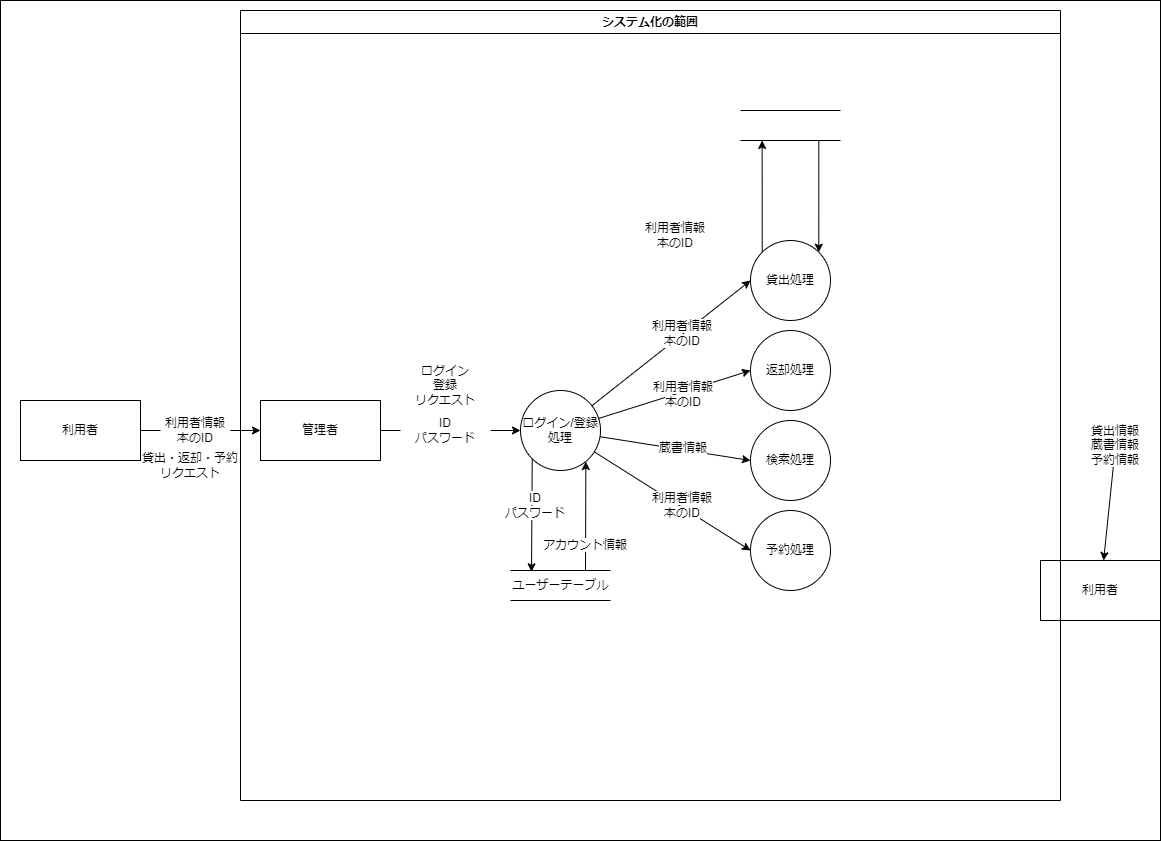
Before: documents/diagrams/DFD_レベル1.drawio.png, a diagram exported from draw.io (OMEGA-himajin/book_database). Source tidied: cells renumbered, new cells last; positions are measured from the earlier drawing's top-left corner, leaving out a move shared by most shapes.
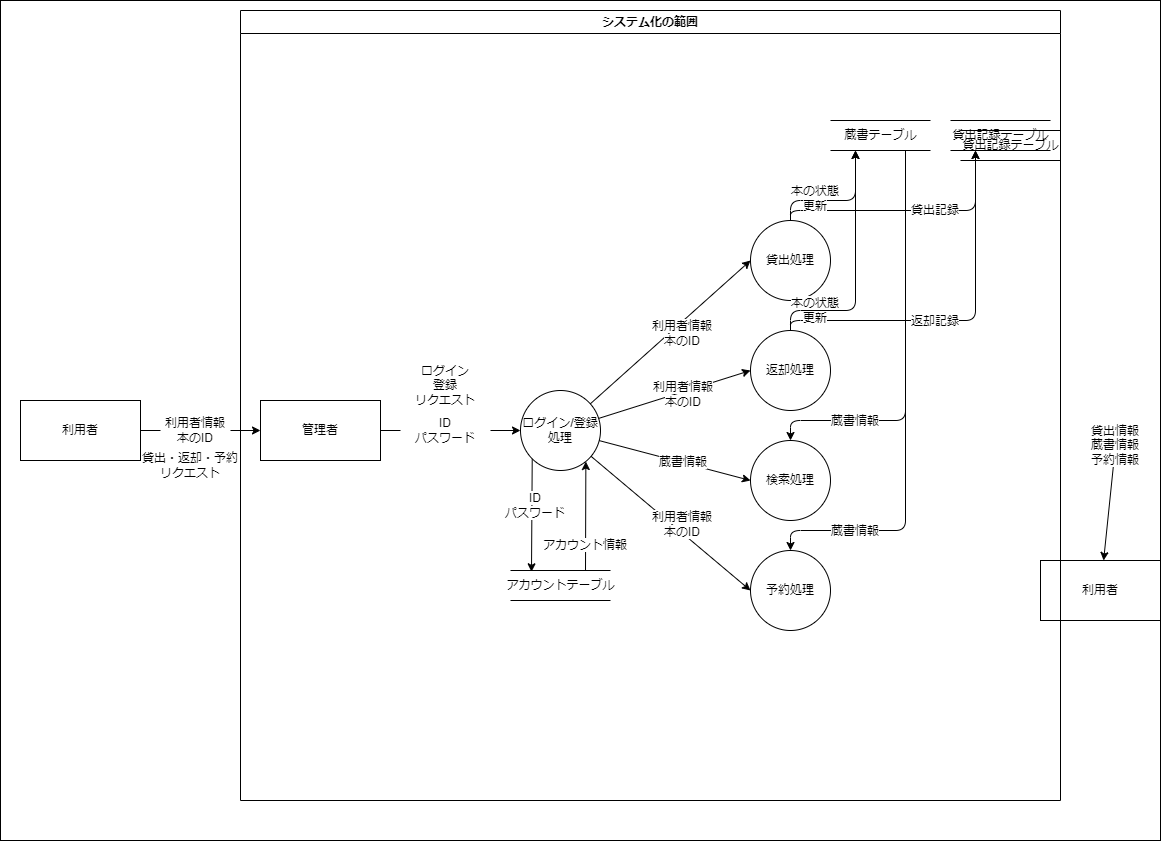
The same diagram one commit later.

Commit message:
doc: changed DFD_level1

What changed in the source:
```diff
@@ -2,6 +2,30 @@
   <root>
     <mxCell id="0" />
     <mxCell id="1" parent="0" />
+    <mxCell id="39" style="edgeStyle=none;html=1;exitX=0.5;exitY=0;exitDx=0;exitDy=0;entryX=0.25;entryY=1;entryDx=0;entryDy=0;strokeColor=#000000;fontColor=#000000;" parent="1" edge="1" source="28" target="44">
+      <mxGeometry relative="1" as="geometry">
+        <Array as="points">
+          <mxPoint x="790" y="320" />
+          <mxPoint x="975" y="320" />
+        </Array>
+      </mxGeometry>
+    </mxCell>
+    <mxCell id="40" style="edgeStyle=none;html=1;exitX=0.75;exitY=1;exitDx=0;exitDy=0;entryX=0.5;entryY=0;entryDx=0;entryDy=0;strokeColor=#000000;fontColor=#000000;" parent="1" edge="1" source="8" target="29">
+      <mxGeometry relative="1" as="geometry">
+        <Array as="points">
+          <mxPoint x="905" y="420" />
+          <mxPoint x="790" y="420" />
+        </Array>
+      </mxGeometry>
+    </mxCell>
+    <mxCell id="41" style="edgeStyle=none;html=1;exitX=0.75;exitY=1;exitDx=0;exitDy=0;entryX=0.5;entryY=0;entryDx=0;entryDy=0;strokeColor=#000000;fontColor=#000000;" parent="1" edge="1" source="8" target="30">
+      <mxGeometry relative="1" as="geometry">
+        <Array as="points">
+          <mxPoint x="905" y="530" />
+          <mxPoint x="790" y="530" />
+        </Array>
+      </mxGeometry>
+    </mxCell>
     <mxCell id="2" style="rounded=0;whiteSpace=wrap;html=1;strokeColor=#000000;fillColor=none;" parent="1" vertex="1">
       <mxGeometry width="1160" height="840" as="geometry" />
     </mxCell>
@@ -11,17 +35,43 @@
     <mxCell id="4" value="&lt;font color=&quot;#000000&quot;&gt;システム化の範囲&lt;/font&gt;" style="swimlane;whiteSpace=wrap;html=1;strokeColor=#000000;fillColor=none;" parent="1" vertex="1">
       <mxGeometry x="240" y="10" width="820" height="790" as="geometry" />
     </mxCell>
+    <mxCell id="42" style="edgeStyle=none;html=1;exitX=0.5;exitY=0;exitDx=0;exitDy=0;entryX=0.25;entryY=1;entryDx=0;entryDy=0;strokeColor=#000000;fontColor=#000000;" parent="4" edge="1" source="27" target="44">
+      <mxGeometry relative="1" as="geometry">
+        <Array as="points">
+          <mxPoint x="550" y="200" />
+          <mxPoint x="735" y="200" />
+        </Array>
+      </mxGeometry>
+    </mxCell>
+    <mxCell id="27" value="貸出処理" style="ellipse;whiteSpace=wrap;html=1;labelBackgroundColor=none;fontColor=#000000;fillColor=#FFFFFF;strokeColor=#000000;" parent="4" vertex="1">
+      <mxGeometry x="510" y="210" width="80" height="80" as="geometry" />
+    </mxCell>
+    <mxCell id="30" value="予約処理" style="ellipse;whiteSpace=wrap;html=1;labelBackgroundColor=none;fontColor=#000000;fillColor=#FFFFFF;strokeColor=#000000;" parent="4" vertex="1">
+      <mxGeometry x="510" y="540" width="80" height="80" as="geometry" />
+    </mxCell>
-    <mxCell id="5" value="&lt;font color=&quot;#000000&quot;&gt;&lt;span style=&quot;background-color: rgb(255, 255, 255);&quot;&gt;利用者情報&lt;br&gt;本のID&lt;/span&gt;&lt;br&gt;&lt;/font&gt;" style="text;html=1;strokeColor=none;fillColor=none;align=center;verticalAlign=middle;whiteSpace=wrap;rounded=0;labelBackgroundColor=none;fontColor=#FFFFFF;" parent="4" vertex="1">
-      <mxGeometry x="400" y="210" width="70" height="30" as="geometry" />
+    <mxCell id="5" value="&lt;font color=&quot;#000000&quot;&gt;&lt;span style=&quot;background-color: rgb(255, 255, 255);&quot;&gt;蔵書情報&lt;/span&gt;&lt;br&gt;&lt;/font&gt;" style="text;html=1;strokeColor=none;fillColor=none;align=center;verticalAlign=middle;whiteSpace=wrap;rounded=0;labelBackgroundColor=none;fontColor=#FFFFFF;" parent="4" vertex="1">
+      <mxGeometry x="580" y="506" width="70" height="30" as="geometry" />
     </mxCell>
+    <mxCell id="43" value="&lt;font color=&quot;#000000&quot;&gt;&lt;span style=&quot;background-color: rgb(255, 255, 255);&quot;&gt;蔵書情報&lt;/span&gt;&lt;br&gt;&lt;/font&gt;" style="text;html=1;strokeColor=none;fillColor=none;align=center;verticalAlign=middle;whiteSpace=wrap;rounded=0;labelBackgroundColor=none;fontColor=#FFFFFF;" parent="4" vertex="1">
+      <mxGeometry x="580" y="396" width="70" height="30" as="geometry" />
+    </mxCell>
+    <mxCell id="44" value="&lt;font color=&quot;#000000&quot;&gt;貸出記録テーブル&lt;/font&gt;" style="html=1;dashed=0;whitespace=wrap;shape=partialRectangle;right=0;left=0;fillColor=none;strokeColor=#000000;" parent="4" vertex="1">
+      <mxGeometry x="710" y="110" width="100" height="30" as="geometry" />
+    </mxCell>
+    <mxCell id="45" value="&lt;font color=&quot;#000000&quot;&gt;&lt;span style=&quot;background-color: rgb(255, 255, 255);&quot;&gt;貸出記録&lt;/span&gt;&lt;/font&gt;" style="text;html=1;strokeColor=none;fillColor=none;align=center;verticalAlign=middle;whiteSpace=wrap;rounded=0;labelBackgroundColor=none;fontColor=#FFFFFF;" parent="4" vertex="1">
+      <mxGeometry x="660" y="185" width="70" height="30" as="geometry" />
+    </mxCell>
+    <mxCell id="46" value="&lt;font style=&quot;background-color: rgb(255, 255, 255);&quot; color=&quot;#000000&quot;&gt;返却記録&lt;/font&gt;" style="text;html=1;strokeColor=none;fillColor=none;align=center;verticalAlign=middle;whiteSpace=wrap;rounded=0;labelBackgroundColor=none;fontColor=#FFFFFF;" parent="4" vertex="1">
+      <mxGeometry x="660" y="296" width="70" height="30" as="geometry" />
+    </mxCell>
     <mxCell id="6" value="&lt;font color=&quot;#000000&quot;&gt;利用者&lt;/font&gt;" style="rounded=0;whiteSpace=wrap;html=1;fillColor=none;strokeColor=#000000;" parent="1" vertex="1">
       <mxGeometry x="1040" y="560" width="120" height="60" as="geometry" />
     </mxCell>
     <mxCell id="7" value="&lt;font color=&quot;#000000&quot;&gt;&lt;span style=&quot;background-color: rgb(255, 255, 255);&quot;&gt;貸出情報&lt;br&gt;蔵書情報&lt;br&gt;予約情報&lt;/span&gt;&lt;br&gt;&lt;/font&gt;" style="text;html=1;strokeColor=none;fillColor=none;align=center;verticalAlign=middle;whiteSpace=wrap;rounded=0;labelBackgroundColor=none;fontColor=#FFFFFF;" parent="1" vertex="1">
       <mxGeometry x="1080" y="430" width="70" height="30" as="geometry" />
     </mxCell>
-    <mxCell id="8" style="html=1;dashed=0;whitespace=wrap;shape=partialRectangle;right=0;left=0;fillColor=none;strokeColor=#000000;" parent="1" vertex="1">
-      <mxGeometry x="740" y="110" width="100" height="30" as="geometry" />
+    <mxCell id="8" value="&lt;font color=&quot;#000000&quot;&gt;蔵書テーブル&lt;/font&gt;" style="html=1;dashed=0;whitespace=wrap;shape=partialRectangle;right=0;left=0;fillColor=none;strokeColor=#000000;" parent="1" vertex="1">
+      <mxGeometry x="830" y="120" width="100" height="30" as="geometry" />
     </mxCell>
     <mxCell id="9" style="edgeStyle=none;html=1;entryX=0;entryY=0.5;entryDx=0;entryDy=0;fontColor=#000000;strokeColor=#000000;startArrow=none;" parent="1" edge="1" source="14" target="11">
       <mxGeometry relative="1" as="geometry" />
@@ -59,7 +109,7 @@
     <mxCell id="20" style="edgeStyle=none;html=1;exitX=0.75;exitY=0;exitDx=0;exitDy=0;entryX=0.817;entryY=0.888;entryDx=0;entryDy=0;entryPerimeter=0;strokeColor=#000000;fontColor=#000000;" parent="1" edge="1" source="21" target="18">
       <mxGeometry relative="1" as="geometry" />
     </mxCell>
-    <mxCell id="21" value="&lt;font color=&quot;#000000&quot;&gt;ユーザーテーブル&lt;/font&gt;" style="html=1;dashed=0;whitespace=wrap;shape=partialRectangle;right=0;left=0;fillColor=none;strokeColor=#000000;" parent="1" vertex="1">
+    <mxCell id="21" value="&lt;font color=&quot;#000000&quot;&gt;アカウントテーブル&lt;/font&gt;" style="html=1;dashed=0;whitespace=wrap;shape=partialRectangle;right=0;left=0;fillColor=none;strokeColor=#000000;" parent="1" vertex="1">
       <mxGeometry x="510" y="570" width="100" height="30" as="geometry" />
     </mxCell>
     <mxCell id="22" value="&lt;font color=&quot;#000000&quot;&gt;貸出・返却・予約&lt;br&gt;リクエスト&lt;br&gt;&lt;/font&gt;" style="text;html=1;strokeColor=none;fillColor=none;align=center;verticalAlign=middle;whiteSpace=wrap;rounded=0;labelBackgroundColor=none;fontColor=#FFFFFF;" parent="1" vertex="1">
@@ -71,26 +121,20 @@
     <mxCell id="24" value="&lt;span style=&quot;background-color: rgb(255, 255, 255);&quot;&gt;アカウント情報&lt;/span&gt;" style="text;html=1;strokeColor=none;fillColor=none;align=center;verticalAlign=middle;whiteSpace=wrap;rounded=0;labelBackgroundColor=none;fontColor=#000000;" parent="1" vertex="1">
       <mxGeometry x="540" y="530" width="90" height="30" as="geometry" />
     </mxCell>
-    <mxCell id="25" style="edgeStyle=none;html=1;exitX=0;exitY=0;exitDx=0;exitDy=0;strokeColor=#000000;fontColor=#000000;" parent="1" edge="1" source="27">
-      <mxGeometry relative="1" as="geometry">
-        <mxPoint x="761.6" y="140" as="targetPoint" />
-      </mxGeometry>
-    </mxCell>
-    <mxCell id="26" style="edgeStyle=none;html=1;exitX=0.783;exitY=1.007;exitDx=0;exitDy=0;entryX=1;entryY=0;entryDx=0;entryDy=0;strokeColor=#000000;fontColor=#000000;exitPerimeter=0;" parent="1" edge="1" source="8" target="27">
-      <mxGeometry relative="1" as="geometry" />
-    </mxCell>
-    <mxCell id="27" value="貸出処理" style="ellipse;whiteSpace=wrap;html=1;labelBackgroundColor=none;fontColor=#000000;fillColor=#FFFFFF;strokeColor=#000000;" parent="1" vertex="1">
-      <mxGeometry x="750" y="240" width="80" height="80" as="geometry" />
-    </mxCell>
+    <mxCell id="47" style="edgeStyle=none;html=1;strokeColor=#000000;fontColor=#000000;entryX=0.25;entryY=1;entryDx=0;entryDy=0;" parent="1" edge="1" source="28" target="8">
+      <mxGeometry relative="1" as="geometry">
+        <Array as="points">
+          <mxPoint x="790" y="310" />
+          <mxPoint x="855" y="310" />
+        </Array>
+      </mxGeometry>
+    </mxCell>
     <mxCell id="28" value="返却処理" style="ellipse;whiteSpace=wrap;html=1;labelBackgroundColor=none;fontColor=#000000;fillColor=#FFFFFF;strokeColor=#000000;" parent="1" vertex="1">
       <mxGeometry x="750" y="330" width="80" height="80" as="geometry" />
     </mxCell>
     <mxCell id="29" value="検索処理" style="ellipse;whiteSpace=wrap;html=1;labelBackgroundColor=none;fontColor=#000000;fillColor=#FFFFFF;strokeColor=#000000;" parent="1" vertex="1">
-      <mxGeometry x="750" y="420" width="80" height="80" as="geometry" />
+      <mxGeometry x="750" y="440" width="80" height="80" as="geometry" />
     </mxCell>
-    <mxCell id="30" value="予約処理" style="ellipse;whiteSpace=wrap;html=1;labelBackgroundColor=none;fontColor=#000000;fillColor=#FFFFFF;strokeColor=#000000;" parent="1" vertex="1">
-      <mxGeometry x="750" y="510" width="80" height="80" as="geometry" />
-    </mxCell>
     <mxCell id="31" style="edgeStyle=none;html=1;entryX=0;entryY=0.5;entryDx=0;entryDy=0;strokeColor=#000000;fontColor=#000000;" parent="1" edge="1" source="18" target="27">
       <mxGeometry relative="1" as="geometry" />
     </mxCell>
@@ -110,10 +154,27 @@
       <mxGeometry relative="1" as="geometry" />
     </mxCell>
     <mxCell id="37" value="&lt;font style=&quot;background-color: rgb(255, 255, 255);&quot; color=&quot;#000000&quot;&gt;蔵書情報&lt;/font&gt;" style="text;html=1;strokeColor=none;fillColor=none;align=center;verticalAlign=middle;whiteSpace=wrap;rounded=0;labelBackgroundColor=none;fontColor=#FFFFFF;" parent="1" vertex="1">
-      <mxGeometry x="648" y="433" width="70" height="30" as="geometry" />
+      <mxGeometry x="648" y="447" width="70" height="30" as="geometry" />
     </mxCell>
     <mxCell id="38" value="&lt;font color=&quot;#000000&quot;&gt;&lt;span style=&quot;background-color: rgb(255, 255, 255);&quot;&gt;利用者情報&lt;br&gt;本のID&lt;/span&gt;&lt;br&gt;&lt;/font&gt;" style="text;html=1;strokeColor=none;fillColor=none;align=center;verticalAlign=middle;whiteSpace=wrap;rounded=0;labelBackgroundColor=none;fontColor=#FFFFFF;" parent="1" vertex="1">
-      <mxGeometry x="647" y="490" width="70" height="30" as="geometry" />
+      <mxGeometry x="647" y="509" width="70" height="30" as="geometry" />
     </mxCell>
+    <mxCell id="48" style="edgeStyle=none;html=1;entryX=0.25;entryY=1;entryDx=0;entryDy=0;fontColor=#000000;strokeColor=#000000;" parent="1" edge="1" source="27" target="8">
+      <mxGeometry relative="1" as="geometry">
+        <Array as="points">
+          <mxPoint x="790" y="200" />
+          <mxPoint x="855" y="200" />
+        </Array>
+      </mxGeometry>
+    </mxCell>
+    <mxCell id="49" value="&lt;span style=&quot;background-color: rgb(255, 255, 255);&quot;&gt;&lt;font color=&quot;#000000&quot;&gt;本の状態&lt;br&gt;更新&lt;/font&gt;&lt;/span&gt;" style="text;html=1;strokeColor=none;fillColor=none;align=center;verticalAlign=middle;whiteSpace=wrap;rounded=0;labelBackgroundColor=none;fontColor=#FFFFFF;" parent="1" vertex="1">
+      <mxGeometry x="780" y="183" width="70" height="30" as="geometry" />
+    </mxCell>
+    <mxCell id="50" value="&lt;span style=&quot;background-color: rgb(255, 255, 255);&quot;&gt;&lt;font color=&quot;#000000&quot;&gt;本の状態&lt;br&gt;更新&lt;/font&gt;&lt;/span&gt;" style="text;html=1;strokeColor=none;fillColor=none;align=center;verticalAlign=middle;whiteSpace=wrap;rounded=0;labelBackgroundColor=none;fontColor=#FFFFFF;" parent="1" vertex="1">
+      <mxGeometry x="780" y="295" width="70" height="30" as="geometry" />
+    </mxCell>
+    <mxCell id="51" value="&lt;font color=&quot;#000000&quot;&gt;貸出記録テーブル&lt;/font&gt;" style="html=1;dashed=0;whitespace=wrap;shape=partialRectangle;right=0;left=0;fillColor=none;strokeColor=#000000;" parent="1" vertex="1">
+      <mxGeometry x="960" y="130" width="100" height="30" as="geometry" />
+    </mxCell>
   </root>
 </mxGraphModel>
```
